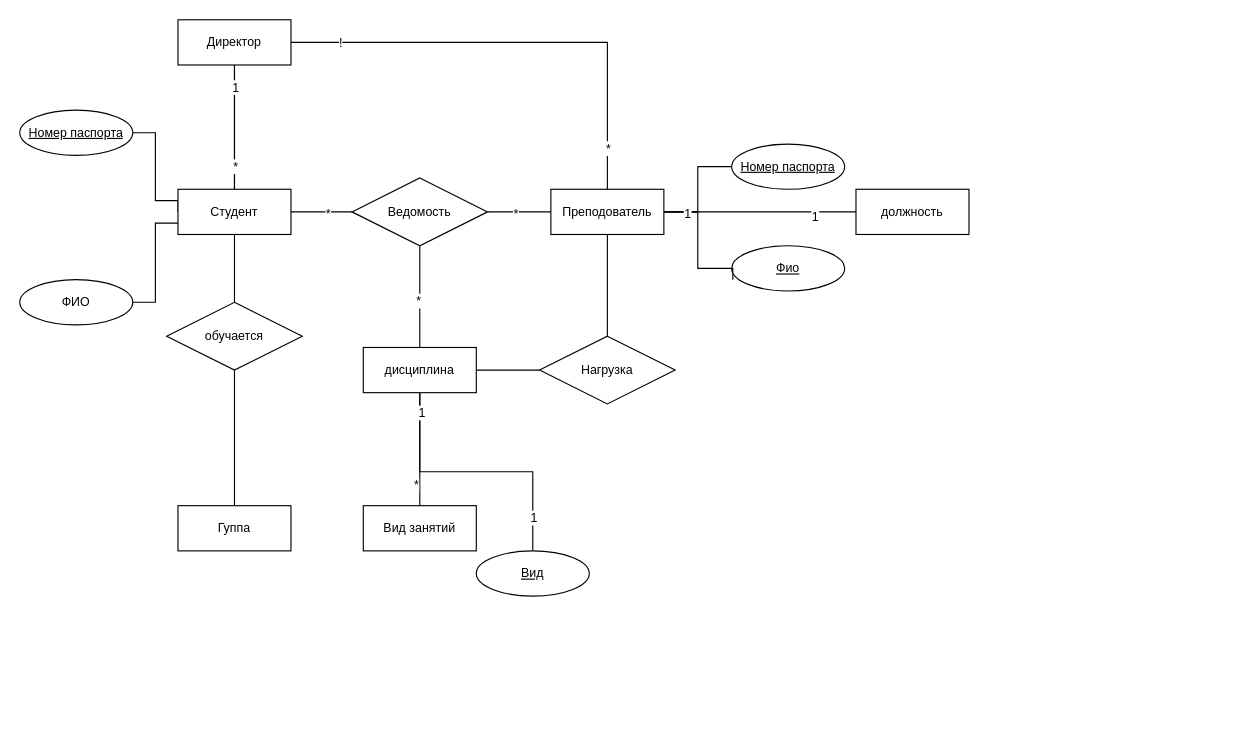
The draw.io diagram Соболев.drawio in PokHoker/3.124.2.21-.-., before the edit. Source tidied: cells renumbered, new cells numbered last; positions are measured from the earlier drawing's top-left corner, leaving out a move shared by most shapes. Both pictures are drawn from the tidied source at 113%, with x=0, y=0 at pixel (19, 19).
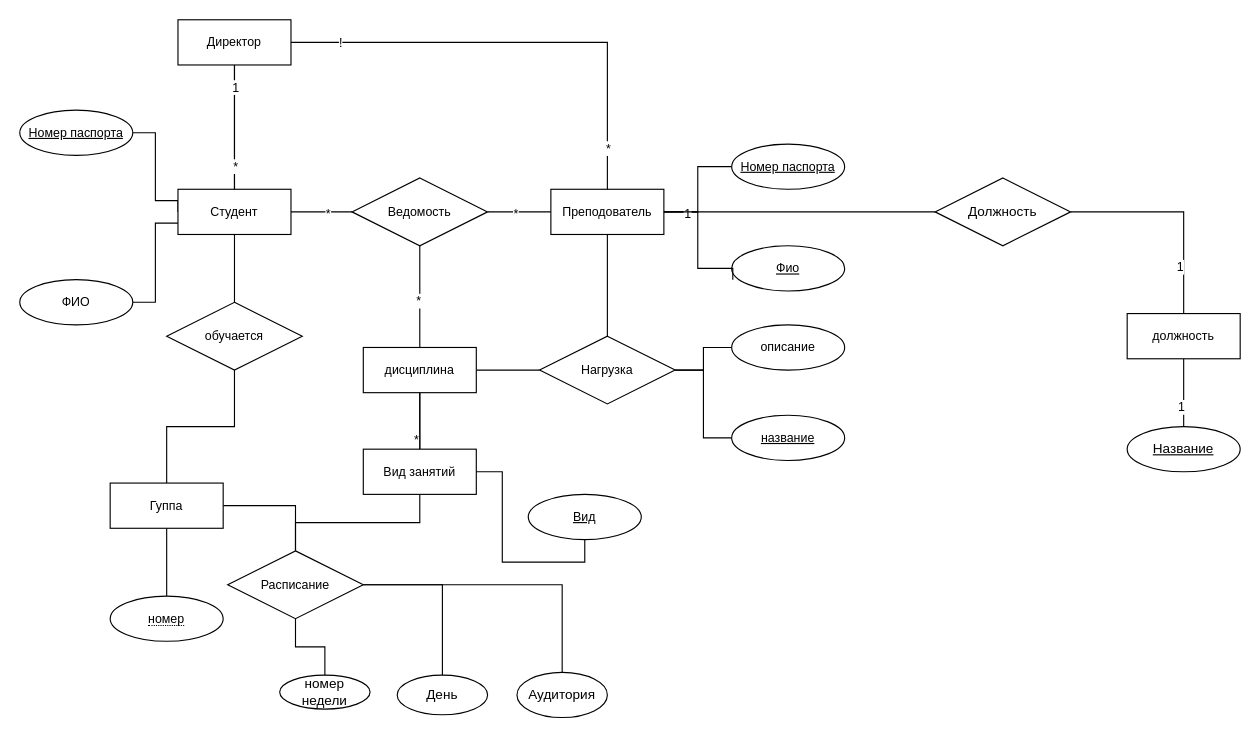
The same diagram, later.

The change refers to these unchanged cells:
```xml
<mxCell id="15" value="Преподователь" style="whiteSpace=wrap;html=1;align=center;fontFamily=Helvetica;fontSize=11;fontColor=default;labelBackgroundColor=default;" parent="1" vertex="1">
  <mxGeometry x="470" y="150" width="100" height="40" as="geometry" />
</mxCell>
<mxCell id="32" value="дисциплина" style="whiteSpace=wrap;html=1;align=center;fontFamily=Helvetica;fontSize=11;fontColor=default;labelBackgroundColor=default;" parent="1" vertex="1">
  <mxGeometry x="304" y="290" width="100" height="40" as="geometry" />
</mxCell>
<mxCell id="40" value="Нагрузка" style="shape=rhombus;perimeter=rhombusPerimeter;whiteSpace=wrap;html=1;align=center;fontFamily=Helvetica;fontSize=11;fontColor=default;labelBackgroundColor=default;" parent="1" vertex="1">
  <mxGeometry x="460" y="280" width="120" height="60" as="geometry" />
</mxCell>
```

Change to the diagram source:
```diff
@@
-    <mxCell id="13" style="edgeStyle=orthogonalEdgeStyle;shape=connector;rounded=0;jettySize=auto;html=1;strokeColor=default;align=center;verticalAlign=middle;fontFamily=Helvetica;fontSize=11;fontColor=default;labelBackgroundColor=default;endArrow=none;endFill=0;" parent="1" edge="1" source="15" target="42">
+    <mxCell id="13" style="edgeStyle=orthogonalEdgeStyle;shape=connector;rounded=0;jettySize=auto;html=1;strokeColor=default;align=center;verticalAlign=middle;fontFamily=Helvetica;fontSize=11;fontColor=default;labelBackgroundColor=default;endArrow=none;endFill=0;" parent="1" edge="1" source="59" target="42">
       <mxGeometry relative="1" as="geometry" />
     </mxCell>
@@
+    <mxCell id="46" style="edgeStyle=orthogonalEdgeStyle;shape=connector;rounded=0;jettySize=auto;html=1;strokeColor=default;align=center;verticalAlign=middle;fontFamily=Helvetica;fontSize=11;fontColor=default;labelBackgroundColor=default;endArrow=none;endFill=0;" parent="1" edge="1" source="18" target="63">
+      <mxGeometry relative="1" as="geometry" />
+    </mxCell>
+    <mxCell id="47" style="edgeStyle=orthogonalEdgeStyle;shape=connector;rounded=0;jettySize=auto;html=1;strokeColor=default;align=center;verticalAlign=middle;fontFamily=Helvetica;fontSize=11;fontColor=default;labelBackgroundColor=default;endArrow=none;endFill=0;" parent="1" edge="1" source="18" target="66">
+      <mxGeometry relative="1" as="geometry" />
+    </mxCell>
     <mxCell id="18" value="Гуппа" style="whiteSpace=wrap;html=1;align=center;fontFamily=Helvetica;fontSize=11;fontColor=default;labelBackgroundColor=default;" parent="1" vertex="1">
-      <mxGeometry x="140" y="430" width="100" height="40" as="geometry" />
+      <mxGeometry x="80" y="410" width="100" height="40" as="geometry" />
     </mxCell>
@@
-    <mxCell id="29" style="edgeStyle=orthogonalEdgeStyle;shape=connector;rounded=0;jettySize=auto;html=1;strokeColor=default;align=center;verticalAlign=middle;fontFamily=Helvetica;fontSize=11;fontColor=default;labelBackgroundColor=default;endArrow=none;endFill=0;" parent="1" edge="1" source="32" target="43">
-      <mxGeometry relative="1" as="geometry" />
-    </mxCell>
-    <mxCell id="30" value="1" style="edgeLabel;html=1;align=center;verticalAlign=middle;fontFamily=Helvetica;fontSize=11;fontColor=default;labelBackgroundColor=default;" parent="29" vertex="1">
-      <mxGeometry x="-0.86" y="1" relative="1" as="geometry" />
-    </mxCell>
-    <mxCell id="31" value="1" style="edgeLabel;html=1;align=center;verticalAlign=middle;fontFamily=Helvetica;fontSize=11;fontColor=default;labelBackgroundColor=default;" parent="29" vertex="1">
-      <mxGeometry x="0.75" relative="1" as="geometry" />
-    </mxCell>
+    <mxCell id="48" style="edgeStyle=orthogonalEdgeStyle;shape=connector;rounded=0;jettySize=auto;html=1;strokeColor=default;align=center;verticalAlign=middle;fontFamily=Helvetica;fontSize=11;fontColor=default;labelBackgroundColor=default;endArrow=none;endFill=0;" parent="1" edge="1" source="41" target="63">
+      <mxGeometry relative="1" as="geometry" />
+    </mxCell>
@@
+    <mxCell id="49" style="edgeStyle=orthogonalEdgeStyle;shape=connector;rounded=0;jettySize=auto;html=1;strokeColor=default;align=center;verticalAlign=middle;fontFamily=Helvetica;fontSize=11;fontColor=default;labelBackgroundColor=default;endArrow=none;endFill=0;" parent="1" edge="1" source="40" target="64">
+      <mxGeometry relative="1" as="geometry" />
+    </mxCell>
+    <mxCell id="50" style="edgeStyle=orthogonalEdgeStyle;shape=connector;rounded=0;jettySize=auto;html=1;entryX=0;entryY=0.5;entryDx=0;entryDy=0;strokeColor=default;align=center;verticalAlign=middle;fontFamily=Helvetica;fontSize=11;fontColor=default;labelBackgroundColor=default;endArrow=none;endFill=0;" parent="1" edge="1" source="40" target="65">
+      <mxGeometry relative="1" as="geometry" />
+    </mxCell>
@@
-    <mxCell id="41" value="Вид занятий" style="whiteSpace=wrap;html=1;align=center;fontFamily=Helvetica;fontSize=11;fontColor=default;labelBackgroundColor=default;" parent="1" vertex="1">
-      <mxGeometry x="304" y="430" width="100" height="40" as="geometry" />
-    </mxCell>
+    <mxCell id="51" style="edgeStyle=orthogonalEdgeStyle;shape=connector;rounded=0;jettySize=auto;html=1;entryX=0.5;entryY=1;entryDx=0;entryDy=0;strokeColor=default;align=center;verticalAlign=middle;fontFamily=Helvetica;fontSize=11;fontColor=default;labelBackgroundColor=default;endArrow=none;endFill=0;" parent="1" edge="1" source="41" target="43">
+      <mxGeometry relative="1" as="geometry" />
+    </mxCell>
+    <mxCell id="52" style="edgeStyle=orthogonalEdgeStyle;rounded=0;jettySize=auto;html=1;entryX=0.5;entryY=0;entryDx=0;entryDy=0;endArrow=none;endFill=0;" parent="1" edge="1" source="42">
+      <mxGeometry relative="1" as="geometry">
+        <mxPoint x="1030" y="370" as="targetPoint" />
+      </mxGeometry>
+    </mxCell>
+    <mxCell id="53" value="1" style="edgeLabel;html=1;align=center;verticalAlign=middle;fontFamily=Helvetica;fontSize=11;fontColor=default;labelBackgroundColor=default;" parent="52" vertex="1">
+      <mxGeometry x="0.21" y="-3" relative="1" as="geometry" />
+    </mxCell>
     <mxCell id="42" value="должность" style="whiteSpace=wrap;html=1;align=center;fontFamily=Helvetica;fontSize=11;fontColor=default;labelBackgroundColor=default;" parent="1" vertex="1">
-      <mxGeometry x="740" y="150" width="100" height="40" as="geometry" />
+      <mxGeometry x="980" y="260" width="100" height="40" as="geometry" />
     </mxCell>
     <mxCell id="43" value="Вид" style="ellipse;whiteSpace=wrap;html=1;align=center;fontStyle=4;fontFamily=Helvetica;fontSize=11;fontColor=default;labelBackgroundColor=default;" parent="1" vertex="1">
-      <mxGeometry x="404" y="470" width="100" height="40" as="geometry" />
+      <mxGeometry x="450" y="420" width="100" height="40" as="geometry" />
     </mxCell>
@@
+    <mxCell id="54" value="Аудитория" style="ellipse;whiteSpace=wrap;html=1;align=center;" parent="1" vertex="1">
+      <mxGeometry x="440" y="577.5" width="80" height="40" as="geometry" />
+    </mxCell>
+    <mxCell id="55" value="номер недели" style="ellipse;whiteSpace=wrap;html=1;align=center;" parent="1" vertex="1">
+      <mxGeometry x="230" y="580" width="80" height="30" as="geometry" />
+    </mxCell>
+    <mxCell id="56" value="День" style="ellipse;whiteSpace=wrap;html=1;align=center;" parent="1" vertex="1">
+      <mxGeometry x="334" y="580" width="80" height="35" as="geometry" />
+    </mxCell>
+    <mxCell id="57" value="Название" style="ellipse;whiteSpace=wrap;html=1;align=center;fontStyle=4;" parent="1" vertex="1">
+      <mxGeometry x="980" y="360" width="100" height="40" as="geometry" />
+    </mxCell>
+    <mxCell id="58" style="edgeStyle=orthogonalEdgeStyle;shape=connector;rounded=0;jettySize=auto;html=1;strokeColor=default;align=center;verticalAlign=middle;fontFamily=Helvetica;fontSize=11;fontColor=default;labelBackgroundColor=default;endArrow=none;endFill=0;" parent="1" edge="1" source="15" target="59">
+      <mxGeometry relative="1" as="geometry" />
+    </mxCell>
+    <mxCell id="59" value="Должность" style="shape=rhombus;perimeter=rhombusPerimeter;whiteSpace=wrap;html=1;align=center;" parent="1" vertex="1">
+      <mxGeometry x="810" y="140" width="120" height="60" as="geometry" />
+    </mxCell>
+    <mxCell id="60" style="edgeStyle=orthogonalEdgeStyle;shape=connector;rounded=0;jettySize=auto;html=1;entryX=0.5;entryY=0;entryDx=0;entryDy=0;strokeColor=default;align=center;verticalAlign=middle;fontFamily=Helvetica;fontSize=11;fontColor=default;labelBackgroundColor=default;endArrow=none;endFill=0;" parent="1" edge="1" source="63" target="55">
+      <mxGeometry relative="1" as="geometry" />
+    </mxCell>
+    <mxCell id="61" style="edgeStyle=orthogonalEdgeStyle;shape=connector;rounded=0;jettySize=auto;html=1;strokeColor=default;align=center;verticalAlign=middle;fontFamily=Helvetica;fontSize=11;fontColor=default;labelBackgroundColor=default;endArrow=none;endFill=0;" parent="1" edge="1" source="63" target="56">
+      <mxGeometry relative="1" as="geometry" />
+    </mxCell>
+    <mxCell id="62" style="edgeStyle=orthogonalEdgeStyle;shape=connector;rounded=0;jettySize=auto;html=1;entryX=0.5;entryY=0;entryDx=0;entryDy=0;strokeColor=default;align=center;verticalAlign=middle;fontFamily=Helvetica;fontSize=11;fontColor=default;labelBackgroundColor=default;endArrow=none;endFill=0;" parent="1" edge="1" source="63" target="54">
+      <mxGeometry relative="1" as="geometry" />
+    </mxCell>
+    <mxCell id="63" value="Расписание" style="shape=rhombus;perimeter=rhombusPerimeter;whiteSpace=wrap;html=1;align=center;fontFamily=Helvetica;fontSize=11;fontColor=default;labelBackgroundColor=default;" parent="1" vertex="1">
+      <mxGeometry x="184" y="470" width="120" height="60" as="geometry" />
+    </mxCell>
+    <mxCell id="64" value="описание" style="ellipse;whiteSpace=wrap;html=1;align=center;fontFamily=Helvetica;fontSize=11;fontColor=default;labelBackgroundColor=default;" parent="1" vertex="1">
+      <mxGeometry x="630" y="270" width="100" height="40" as="geometry" />
+    </mxCell>
+    <mxCell id="65" value="название" style="ellipse;whiteSpace=wrap;html=1;align=center;fontStyle=4;fontFamily=Helvetica;fontSize=11;fontColor=default;labelBackgroundColor=default;" parent="1" vertex="1">
+      <mxGeometry x="630" y="350" width="100" height="40" as="geometry" />
+    </mxCell>
+    <mxCell id="66" value="&lt;span style=&quot;border-bottom: 1px dotted&quot;&gt;номер&lt;/span&gt;" style="ellipse;whiteSpace=wrap;html=1;align=center;fontFamily=Helvetica;fontSize=11;fontColor=default;labelBackgroundColor=default;" parent="1" vertex="1">
+      <mxGeometry x="80" y="510" width="100" height="40" as="geometry" />
+    </mxCell>
+    <mxCell id="67" style="edgeStyle=orthogonalEdgeStyle;shape=connector;rounded=0;jettySize=auto;html=1;strokeColor=default;align=center;verticalAlign=middle;fontFamily=Helvetica;fontSize=11;fontColor=default;labelBackgroundColor=default;endArrow=none;endFill=0;" parent="1" edge="1" source="32" target="41">
+      <mxGeometry relative="1" as="geometry" />
+    </mxCell>
+    <mxCell id="41" value="Вид занятий" style="whiteSpace=wrap;html=1;align=center;fontFamily=Helvetica;fontSize=11;fontColor=default;labelBackgroundColor=default;" parent="1" vertex="1">
+      <mxGeometry x="304" y="380" width="100" height="40" as="geometry" />
+    </mxCell>
```
